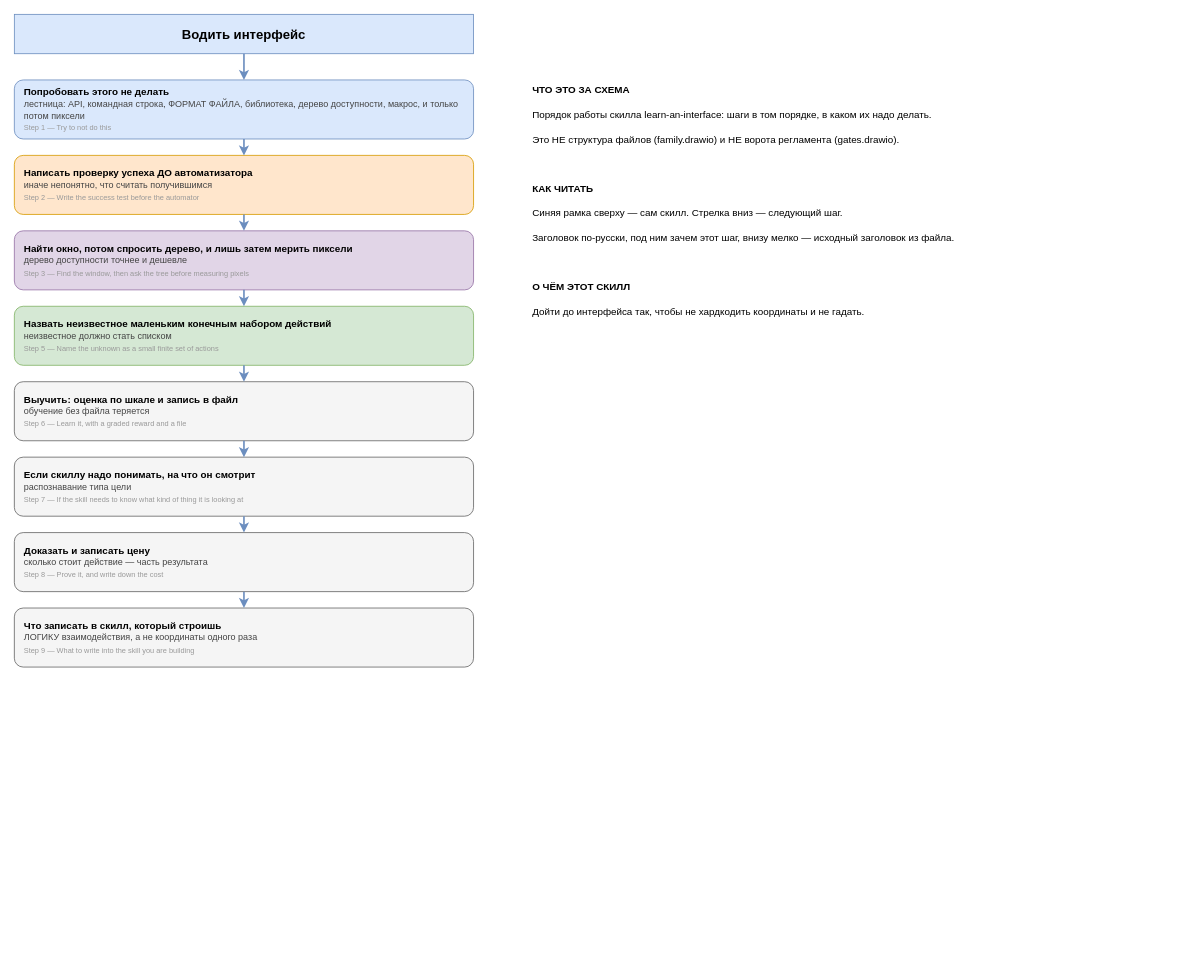
Above: skills/learn-an-interface/assets/diagram.drawio in ubik-dsh/deepseek-harness-skills (draw.io), before the change. Source tidied: cells renumbered, new cells numbered last; positions are measured from the earlier drawing's top-left corner, leaving out a move shared by most shapes. Both pictures are drawn from the tidied source at 82%, with x=0, y=0 at pixel (14, 14).
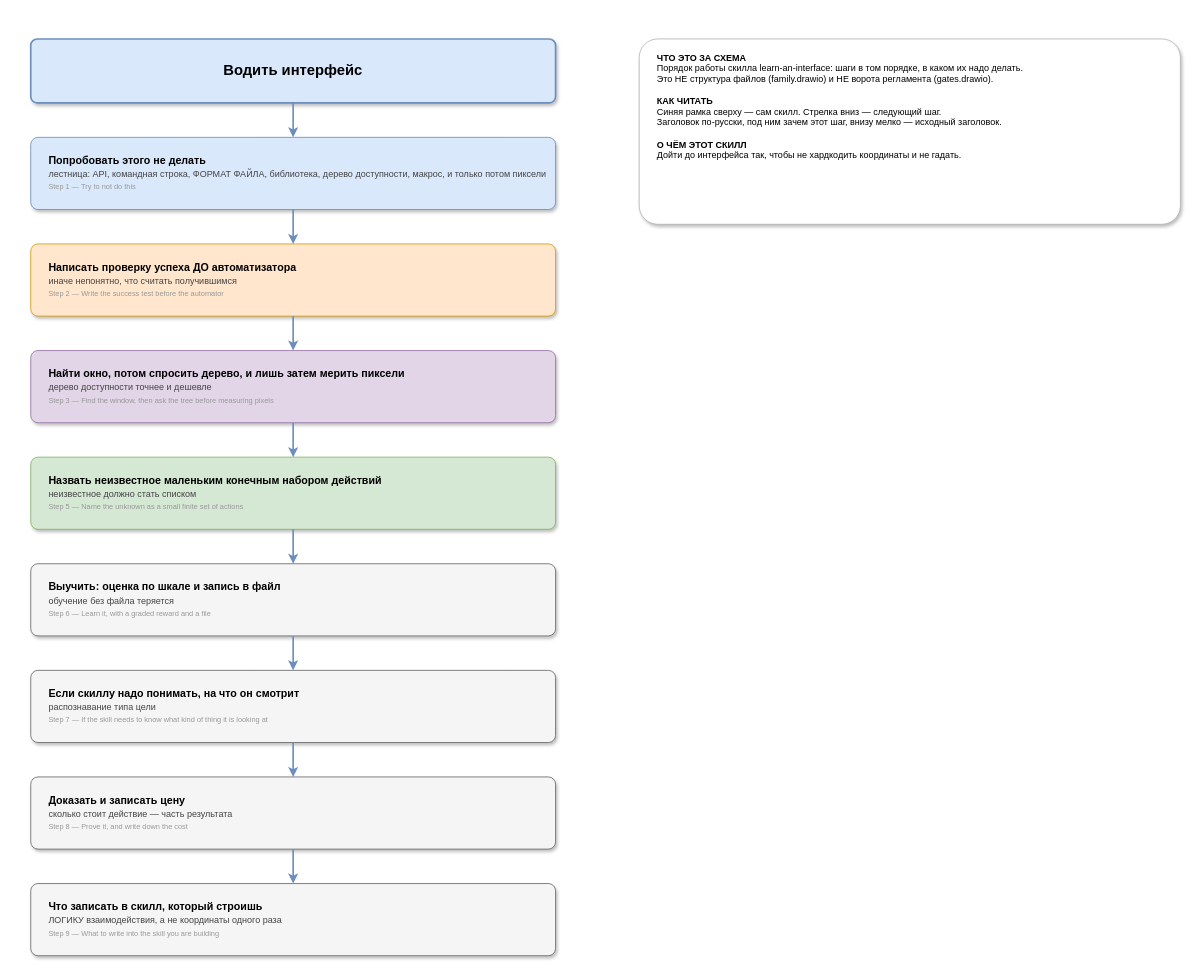
The same diagram, later.

Change to the diagram source:
```diff
@@
-    <mxCell id="2" value="Водить интерфейс" style="rounded=0;whiteSpace=wrap;html=1;fillColor=#DAE8FC;strokeColor=#6C8EBF;fontSize=16;fontStyle=1;" parent="1" vertex="1">
-      <mxGeometry width="560" height="48" as="geometry" />
+    <mxCell id="2" value="Водить интерфейс" style="rounded=1;arcSize=10;whiteSpace=wrap;html=1;shadow=1;strokeWidth=2;fillColor=#DAE8FC;strokeColor=#6C8EBF;fontSize=18;fontStyle=1;align=center;verticalAlign=middle;" parent="1" vertex="1">
+      <mxGeometry x="20" y="30" width="640" height="78" as="geometry" />
     </mxCell>
-    <mxCell id="3" value="&lt;b&gt;Попробовать этого не делать&lt;/b&gt;&lt;br&gt;&lt;font color=&quot;#444444&quot; style=&quot;font-size:11px&quot;&gt;лестница: API, командная строка, ФОРМАТ ФАЙЛА, библиотека, дерево доступности, макрос, и только потом пиксели&lt;/font&gt;&lt;br&gt;&lt;font color=&quot;#999999&quot; style=&quot;font-size:9px&quot;&gt;Step 1 — Try to not do this&lt;/font&gt;" style="rounded=1;whiteSpace=wrap;html=1;fillColor=#DAE8FC;strokeColor=#6C8EBF;align=left;spacingLeft=10;fontSize=12;" parent="1" vertex="1">
-      <mxGeometry y="80" width="560" height="72" as="geometry" />
+    <mxCell id="3" value="&lt;b&gt;Попробовать этого не делать&lt;/b&gt;&lt;br&gt;&lt;font color=&quot;#444444&quot; style=&quot;font-size:11px&quot;&gt;лестница: API, командная строка, ФОРМАТ ФАЙЛА, библиотека, дерево доступности, макрос, и только потом пиксели&lt;/font&gt;&lt;br&gt;&lt;font color=&quot;#999999&quot; style=&quot;font-size:9px&quot;&gt;Step 1 — Try to not do this&lt;/font&gt;" style="rounded=1;arcSize=10;whiteSpace=wrap;html=1;shadow=1;strokeWidth=1;fillColor=#DAE8FC;strokeColor=#6C8EBF;align=left;verticalAlign=middle;spacingLeft=20;spacingTop=10;spacingBottom=10;fontSize=13;" parent="1" vertex="1">
+      <mxGeometry x="20" y="150" width="640" height="88" as="geometry" />
     </mxCell>
-    <mxCell id="4" style="endArrow=classic;html=1;strokeColor=#6C8EBF;strokeWidth=2;rounded=0;edgeStyle=orthogonalEdgeStyle;" parent="1" edge="1" source="2" target="3">
+    <mxCell id="4" style="endArrow=classic;html=1;strokeColor=#6C8EBF;strokeWidth=2;rounded=0;edgeStyle=orthogonalEdgeStyle;exitX=0.5;exitY=1;exitDx=0;exitDy=0;entryX=0.5;entryY=0;entryDx=0;entryDy=0;" parent="1" edge="1" source="2" target="3">
       <mxGeometry relative="1" as="geometry" />
     </mxCell>
-    <mxCell id="5" value="&lt;b&gt;Написать проверку успеха ДО автоматизатора&lt;/b&gt;&lt;br&gt;&lt;font color=&quot;#444444&quot; style=&quot;font-size:11px&quot;&gt;иначе непонятно, что считать получившимся&lt;/font&gt;&lt;br&gt;&lt;font color=&quot;#999999&quot; style=&quot;font-size:9px&quot;&gt;Step 2 — Write the success test before the automator&lt;/font&gt;" style="rounded=1;whiteSpace=wrap;html=1;fillColor=#FFE6CC;strokeColor=#D79B00;align=left;spacingLeft=10;fontSize=12;" parent="1" vertex="1">
-      <mxGeometry y="172" width="560" height="72" as="geometry" />
+    <mxCell id="5" value="&lt;b&gt;Написать проверку успеха ДО автоматизатора&lt;/b&gt;&lt;br&gt;&lt;font color=&quot;#444444&quot; style=&quot;font-size:11px&quot;&gt;иначе непонятно, что считать получившимся&lt;/font&gt;&lt;br&gt;&lt;font color=&quot;#999999&quot; style=&quot;font-size:9px&quot;&gt;Step 2 — Write the success test before the automator&lt;/font&gt;" style="rounded=1;arcSize=10;whiteSpace=wrap;html=1;shadow=1;strokeWidth=1;fillColor=#FFE6CC;strokeColor=#D79B00;align=left;verticalAlign=middle;spacingLeft=20;spacingTop=10;spacingBottom=10;fontSize=13;" parent="1" vertex="1">
+      <mxGeometry x="20" y="280" width="640" height="88" as="geometry" />
     </mxCell>
-    <mxCell id="6" style="endArrow=classic;html=1;strokeColor=#6C8EBF;strokeWidth=2;rounded=0;edgeStyle=orthogonalEdgeStyle;" parent="1" edge="1" source="3" target="5">
+    <mxCell id="6" style="endArrow=classic;html=1;strokeColor=#6C8EBF;strokeWidth=2;rounded=0;edgeStyle=orthogonalEdgeStyle;exitX=0.5;exitY=1;exitDx=0;exitDy=0;entryX=0.5;entryY=0;entryDx=0;entryDy=0;" parent="1" edge="1" source="3" target="5">
       <mxGeometry relative="1" as="geometry" />
     </mxCell>
-    <mxCell id="7" value="&lt;b&gt;Найти окно, потом спросить дерево, и лишь затем мерить пиксели&lt;/b&gt;&lt;br&gt;&lt;font color=&quot;#444444&quot; style=&quot;font-size:11px&quot;&gt;дерево доступности точнее и дешевле&lt;/font&gt;&lt;br&gt;&lt;font color=&quot;#999999&quot; style=&quot;font-size:9px&quot;&gt;Step 3 — Find the window, then ask the tree before measuring pixels&lt;/font&gt;" style="rounded=1;whiteSpace=wrap;html=1;fillColor=#E1D5E7;strokeColor=#9673A6;align=left;spacingLeft=10;fontSize=12;" parent="1" vertex="1">
-      <mxGeometry y="264" width="560" height="72" as="geometry" />
+    <mxCell id="7" value="&lt;b&gt;Найти окно, потом спросить дерево, и лишь затем мерить пиксели&lt;/b&gt;&lt;br&gt;&lt;font color=&quot;#444444&quot; style=&quot;font-size:11px&quot;&gt;дерево доступности точнее и дешевле&lt;/font&gt;&lt;br&gt;&lt;font color=&quot;#999999&quot; style=&quot;font-size:9px&quot;&gt;Step 3 — Find the window, then ask the tree before measuring pixels&lt;/font&gt;" style="rounded=1;arcSize=10;whiteSpace=wrap;html=1;shadow=1;strokeWidth=1;fillColor=#E1D5E7;strokeColor=#9673A6;align=left;verticalAlign=middle;spacingLeft=20;spacingTop=10;spacingBottom=10;fontSize=13;" parent="1" vertex="1">
+      <mxGeometry x="20" y="410" width="640" height="88" as="geometry" />
     </mxCell>
-    <mxCell id="8" style="endArrow=classic;html=1;strokeColor=#6C8EBF;strokeWidth=2;rounded=0;edgeStyle=orthogonalEdgeStyle;" parent="1" edge="1" source="5" target="7">
+    <mxCell id="8" style="endArrow=classic;html=1;strokeColor=#6C8EBF;strokeWidth=2;rounded=0;edgeStyle=orthogonalEdgeStyle;exitX=0.5;exitY=1;exitDx=0;exitDy=0;entryX=0.5;entryY=0;entryDx=0;entryDy=0;" parent="1" edge="1" source="5" target="7">
       <mxGeometry relative="1" as="geometry" />
     </mxCell>
-    <mxCell id="9" value="&lt;b&gt;Назвать неизвестное маленьким конечным набором действий&lt;/b&gt;&lt;br&gt;&lt;font color=&quot;#444444&quot; style=&quot;font-size:11px&quot;&gt;неизвестное должно стать списком&lt;/font&gt;&lt;br&gt;&lt;font color=&quot;#999999&quot; style=&quot;font-size:9px&quot;&gt;Step 5 — Name the unknown as a small finite set of actions&lt;/font&gt;" style="rounded=1;whiteSpace=wrap;html=1;fillColor=#D5E8D4;strokeColor=#82B366;align=left;spacingLeft=10;fontSize=12;" parent="1" vertex="1">
-      <mxGeometry y="356" width="560" height="72" as="geometry" />
+    <mxCell id="9" value="&lt;b&gt;Назвать неизвестное маленьким конечным набором действий&lt;/b&gt;&lt;br&gt;&lt;font color=&quot;#444444&quot; style=&quot;font-size:11px&quot;&gt;неизвестное должно стать списком&lt;/font&gt;&lt;br&gt;&lt;font color=&quot;#999999&quot; style=&quot;font-size:9px&quot;&gt;Step 5 — Name the unknown as a small finite set of actions&lt;/font&gt;" style="rounded=1;arcSize=10;whiteSpace=wrap;html=1;shadow=1;strokeWidth=1;fillColor=#D5E8D4;strokeColor=#82B366;align=left;verticalAlign=middle;spacingLeft=20;spacingTop=10;spacingBottom=10;fontSize=13;" parent="1" vertex="1">
+      <mxGeometry x="20" y="540" width="640" height="88" as="geometry" />
     </mxCell>
-    <mxCell id="10" style="endArrow=classic;html=1;strokeColor=#6C8EBF;strokeWidth=2;rounded=0;edgeStyle=orthogonalEdgeStyle;" parent="1" edge="1" source="7" target="9">
+    <mxCell id="10" style="endArrow=classic;html=1;strokeColor=#6C8EBF;strokeWidth=2;rounded=0;edgeStyle=orthogonalEdgeStyle;exitX=0.5;exitY=1;exitDx=0;exitDy=0;entryX=0.5;entryY=0;entryDx=0;entryDy=0;" parent="1" edge="1" source="7" target="9">
       <mxGeometry relative="1" as="geometry" />
     </mxCell>
-    <mxCell id="11" value="&lt;b&gt;Выучить: оценка по шкале и запись в файл&lt;/b&gt;&lt;br&gt;&lt;font color=&quot;#444444&quot; style=&quot;font-size:11px&quot;&gt;обучение без файла теряется&lt;/font&gt;&lt;br&gt;&lt;font color=&quot;#999999&quot; style=&quot;font-size:9px&quot;&gt;Step 6 — Learn it, with a graded reward and a file&lt;/font&gt;" style="rounded=1;whiteSpace=wrap;html=1;fillColor=#F5F5F5;strokeColor=#666666;align=left;spacingLeft=10;fontSize=12;" parent="1" vertex="1">
-      <mxGeometry y="448" width="560" height="72" as="geometry" />
+    <mxCell id="11" value="&lt;b&gt;Выучить: оценка по шкале и запись в файл&lt;/b&gt;&lt;br&gt;&lt;font color=&quot;#444444&quot; style=&quot;font-size:11px&quot;&gt;обучение без файла теряется&lt;/font&gt;&lt;br&gt;&lt;font color=&quot;#999999&quot; style=&quot;font-size:9px&quot;&gt;Step 6 — Learn it, with a graded reward and a file&lt;/font&gt;" style="rounded=1;arcSize=10;whiteSpace=wrap;html=1;shadow=1;strokeWidth=1;fillColor=#F5F5F5;strokeColor=#666666;align=left;verticalAlign=middle;spacingLeft=20;spacingTop=10;spacingBottom=10;fontSize=13;" parent="1" vertex="1">
+      <mxGeometry x="20" y="670" width="640" height="88" as="geometry" />
     </mxCell>
-    <mxCell id="12" style="endArrow=classic;html=1;strokeColor=#6C8EBF;strokeWidth=2;rounded=0;edgeStyle=orthogonalEdgeStyle;" parent="1" edge="1" source="9" target="11">
+    <mxCell id="12" style="endArrow=classic;html=1;strokeColor=#6C8EBF;strokeWidth=2;rounded=0;edgeStyle=orthogonalEdgeStyle;exitX=0.5;exitY=1;exitDx=0;exitDy=0;entryX=0.5;entryY=0;entryDx=0;entryDy=0;" parent="1" edge="1" source="9" target="11">
       <mxGeometry relative="1" as="geometry" />
     </mxCell>
-    <mxCell id="13" value="&lt;b&gt;Если скиллу надо понимать, на что он смотрит&lt;/b&gt;&lt;br&gt;&lt;font color=&quot;#444444&quot; style=&quot;font-size:11px&quot;&gt;распознавание типа цели&lt;/font&gt;&lt;br&gt;&lt;font color=&quot;#999999&quot; style=&quot;font-size:9px&quot;&gt;Step 7 — If the skill needs to know what kind of thing it is looking at&lt;/font&gt;" style="rounded=1;whiteSpace=wrap;html=1;fillColor=#F5F5F5;strokeColor=#666666;align=left;spacingLeft=10;fontSize=12;" parent="1" vertex="1">
-      <mxGeometry y="540" width="560" height="72" as="geometry" />
+    <mxCell id="13" value="&lt;b&gt;Если скиллу надо понимать, на что он смотрит&lt;/b&gt;&lt;br&gt;&lt;font color=&quot;#444444&quot; style=&quot;font-size:11px&quot;&gt;распознавание типа цели&lt;/font&gt;&lt;br&gt;&lt;font color=&quot;#999999&quot; style=&quot;font-size:9px&quot;&gt;Step 7 — If the skill needs to know what kind of thing it is looking at&lt;/font&gt;" style="rounded=1;arcSize=10;whiteSpace=wrap;html=1;shadow=1;strokeWidth=1;fillColor=#F5F5F5;strokeColor=#666666;align=left;verticalAlign=middle;spacingLeft=20;spacingTop=10;spacingBottom=10;fontSize=13;" parent="1" vertex="1">
+      <mxGeometry x="20" y="800" width="640" height="88" as="geometry" />
     </mxCell>
-    <mxCell id="14" style="endArrow=classic;html=1;strokeColor=#6C8EBF;strokeWidth=2;rounded=0;edgeStyle=orthogonalEdgeStyle;" parent="1" edge="1" source="11" target="13">
+    <mxCell id="14" style="endArrow=classic;html=1;strokeColor=#6C8EBF;strokeWidth=2;rounded=0;edgeStyle=orthogonalEdgeStyle;exitX=0.5;exitY=1;exitDx=0;exitDy=0;entryX=0.5;entryY=0;entryDx=0;entryDy=0;" parent="1" edge="1" source="11" target="13">
       <mxGeometry relative="1" as="geometry" />
     </mxCell>
-    <mxCell id="15" value="&lt;b&gt;Доказать и записать цену&lt;/b&gt;&lt;br&gt;&lt;font color=&quot;#444444&quot; style=&quot;font-size:11px&quot;&gt;сколько стоит действие — часть результата&lt;/font&gt;&lt;br&gt;&lt;font color=&quot;#999999&quot; style=&quot;font-size:9px&quot;&gt;Step 8 — Prove it, and write down the cost&lt;/font&gt;" style="rounded=1;whiteSpace=wrap;html=1;fillColor=#F5F5F5;strokeColor=#666666;align=left;spacingLeft=10;fontSize=12;" parent="1" vertex="1">
-      <mxGeometry y="632" width="560" height="72" as="geometry" />
+    <mxCell id="15" value="&lt;b&gt;Доказать и записать цену&lt;/b&gt;&lt;br&gt;&lt;font color=&quot;#444444&quot; style=&quot;font-size:11px&quot;&gt;сколько стоит действие — часть результата&lt;/font&gt;&lt;br&gt;&lt;font color=&quot;#999999&quot; style=&quot;font-size:9px&quot;&gt;Step 8 — Prove it, and write down the cost&lt;/font&gt;" style="rounded=1;arcSize=10;whiteSpace=wrap;html=1;shadow=1;strokeWidth=1;fillColor=#F5F5F5;strokeColor=#666666;align=left;verticalAlign=middle;spacingLeft=20;spacingTop=10;spacingBottom=10;fontSize=13;" parent="1" vertex="1">
+      <mxGeometry x="20" y="930" width="640" height="88" as="geometry" />
     </mxCell>
-    <mxCell id="16" style="endArrow=classic;html=1;strokeColor=#6C8EBF;strokeWidth=2;rounded=0;edgeStyle=orthogonalEdgeStyle;" parent="1" edge="1" source="13" target="15">
+    <mxCell id="16" style="endArrow=classic;html=1;strokeColor=#6C8EBF;strokeWidth=2;rounded=0;edgeStyle=orthogonalEdgeStyle;exitX=0.5;exitY=1;exitDx=0;exitDy=0;entryX=0.5;entryY=0;entryDx=0;entryDy=0;" parent="1" edge="1" source="13" target="15">
       <mxGeometry relative="1" as="geometry" />
     </mxCell>
-    <mxCell id="17" value="&lt;b&gt;Что записать в скилл, который строишь&lt;/b&gt;&lt;br&gt;&lt;font color=&quot;#444444&quot; style=&quot;font-size:11px&quot;&gt;ЛОГИКУ взаимодействия, а не координаты одного раза&lt;/font&gt;&lt;br&gt;&lt;font color=&quot;#999999&quot; style=&quot;font-size:9px&quot;&gt;Step 9 — What to write into the skill you are building&lt;/font&gt;" style="rounded=1;whiteSpace=wrap;html=1;fillColor=#F5F5F5;strokeColor=#666666;align=left;spacingLeft=10;fontSize=12;" parent="1" vertex="1">
-      <mxGeometry y="724" width="560" height="72" as="geometry" />
+    <mxCell id="17" value="&lt;b&gt;Что записать в скилл, который строишь&lt;/b&gt;&lt;br&gt;&lt;font color=&quot;#444444&quot; style=&quot;font-size:11px&quot;&gt;ЛОГИКУ взаимодействия, а не координаты одного раза&lt;/font&gt;&lt;br&gt;&lt;font color=&quot;#999999&quot; style=&quot;font-size:9px&quot;&gt;Step 9 — What to write into the skill you are building&lt;/font&gt;" style="rounded=1;arcSize=10;whiteSpace=wrap;html=1;shadow=1;strokeWidth=1;fillColor=#F5F5F5;strokeColor=#666666;align=left;verticalAlign=middle;spacingLeft=20;spacingTop=10;spacingBottom=10;fontSize=13;" parent="1" vertex="1">
+      <mxGeometry x="20" y="1060" width="640" height="88" as="geometry" />
     </mxCell>
-    <mxCell id="18" style="endArrow=classic;html=1;strokeColor=#6C8EBF;strokeWidth=2;rounded=0;edgeStyle=orthogonalEdgeStyle;" parent="1" edge="1" source="15" target="17">
+    <mxCell id="18" style="endArrow=classic;html=1;strokeColor=#6C8EBF;strokeWidth=2;rounded=0;edgeStyle=orthogonalEdgeStyle;exitX=0.5;exitY=1;exitDx=0;exitDy=0;entryX=0.5;entryY=0;entryDx=0;entryDy=0;" parent="1" edge="1" source="15" target="17">
       <mxGeometry relative="1" as="geometry" />
     </mxCell>
-    <mxCell id="19" value="ЧТО ЭТО ЗА СХЕМА" style="text;html=1;align=left;verticalAlign=middle;fontSize=12;fontStyle=1;strokeColor=none;fillColor=none;" parent="1" vertex="1">
-      <mxGeometry x="630" y="80" width="640" height="26" as="geometry" />
-    </mxCell>
-    <mxCell id="20" value="Порядок работы скилла learn-an-interface: шаги в том порядке, в каком их надо делать." style="text;html=1;align=left;verticalAlign=middle;fontSize=12;fontStyle=0;strokeColor=none;fillColor=none;" parent="1" vertex="1">
-      <mxGeometry x="630" y="110" width="640" height="26" as="geometry" />
-    </mxCell>
-    <mxCell id="21" value="Это НЕ структура файлов (family.drawio) и НЕ ворота регламента (gates.drawio)." style="text;html=1;align=left;verticalAlign=middle;fontSize=12;fontStyle=0;strokeColor=none;fillColor=none;" parent="1" vertex="1">
-      <mxGeometry x="630" y="140" width="640" height="26" as="geometry" />
-    </mxCell>
-    <mxCell id="22" style="text;html=1;align=left;verticalAlign=middle;fontSize=12;fontStyle=0;strokeColor=none;fillColor=none;" parent="1" vertex="1">
-      <mxGeometry x="630" y="170" width="640" height="26" as="geometry" />
-    </mxCell>
-    <mxCell id="23" value="КАК ЧИТАТЬ" style="text;html=1;align=left;verticalAlign=middle;fontSize=12;fontStyle=1;strokeColor=none;fillColor=none;" parent="1" vertex="1">
-      <mxGeometry x="630" y="200" width="640" height="26" as="geometry" />
-    </mxCell>
-    <mxCell id="24" value="Синяя рамка сверху — сам скилл. Стрелка вниз — следующий шаг." style="text;html=1;align=left;verticalAlign=middle;fontSize=12;fontStyle=0;strokeColor=none;fillColor=none;" parent="1" vertex="1">
-      <mxGeometry x="630" y="230" width="640" height="26" as="geometry" />
-    </mxCell>
-    <mxCell id="25" value="Заголовок по-русски, под ним зачем этот шаг, внизу мелко — исходный заголовок из файла." style="text;html=1;align=left;verticalAlign=middle;fontSize=12;fontStyle=0;strokeColor=none;fillColor=none;" parent="1" vertex="1">
-      <mxGeometry x="630" y="260" width="640" height="26" as="geometry" />
-    </mxCell>
-    <mxCell id="26" style="text;html=1;align=left;verticalAlign=middle;fontSize=12;fontStyle=0;strokeColor=none;fillColor=none;" parent="1" vertex="1">
-      <mxGeometry x="630" y="290" width="640" height="26" as="geometry" />
-    </mxCell>
-    <mxCell id="27" value="О ЧЁМ ЭТОТ СКИЛЛ" style="text;html=1;align=left;verticalAlign=middle;fontSize=12;fontStyle=1;strokeColor=none;fillColor=none;" parent="1" vertex="1">
-      <mxGeometry x="630" y="320" width="640" height="26" as="geometry" />
-    </mxCell>
-    <mxCell id="28" value="Дойти до интерфейса так, чтобы не хардкодить координаты и не гадать." style="text;html=1;align=left;verticalAlign=middle;fontSize=12;fontStyle=0;strokeColor=none;fillColor=none;" parent="1" vertex="1">
-      <mxGeometry x="630" y="350" width="640" height="26" as="geometry" />
-    </mxCell>
+    <mxCell id="29" value="&lt;b&gt;ЧТО ЭТО ЗА СХЕМА&lt;/b&gt;&lt;br&gt;Порядок работы скилла learn-an-interface: шаги в том порядке, в каком их надо делать.&lt;br&gt;Это НЕ структура файлов (family.drawio) и НЕ ворота регламента (gates.drawio).&lt;br&gt;&amp;nbsp;&lt;br&gt;&lt;b&gt;КАК ЧИТАТЬ&lt;/b&gt;&lt;br&gt;Синяя рамка сверху — сам скилл. Стрелка вниз — следующий шаг.&lt;br&gt;Заголовок по-русски, под ним зачем этот шаг, внизу мелко — исходный заголовок.&lt;br&gt;&amp;nbsp;&lt;br&gt;&lt;b&gt;О ЧЁМ ЭТОТ СКИЛЛ&lt;/b&gt;&lt;br&gt;Дойти до интерфейса так, чтобы не хардкодить координаты и не гадать.&lt;br&gt;&amp;nbsp;" style="rounded=1;arcSize=10;whiteSpace=wrap;html=1;shadow=1;strokeWidth=1;fillColor=#FFFFFF;strokeColor=#B3B3B3;align=left;verticalAlign=top;spacingLeft=20;spacingTop=10;fontSize=11;" parent="1" vertex="1">
+      <mxGeometry x="762" y="30" width="660" height="226" as="geometry" />
+    </mxCell>
```
